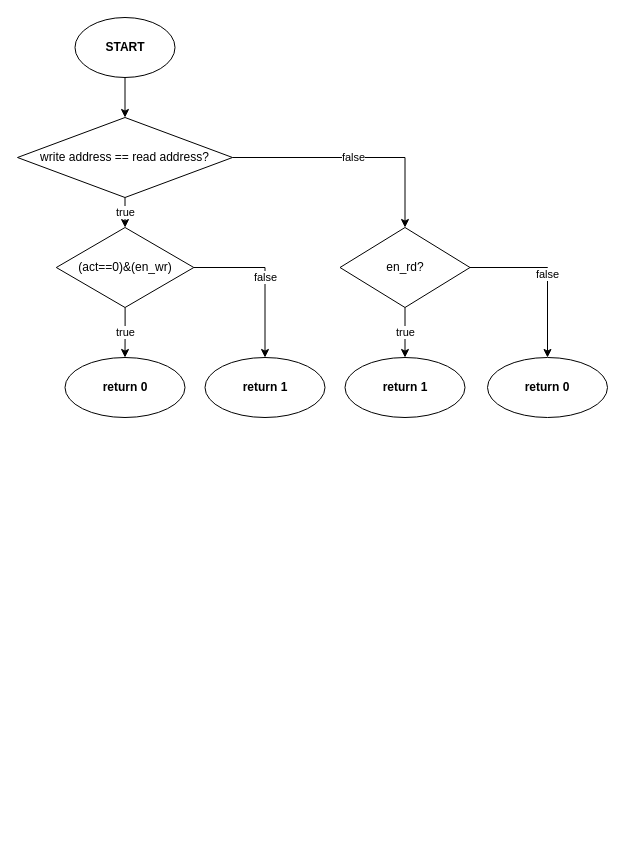
Before: page "Flowchart" (6 of 7) of intelight.drawio in zulfikarna/intelight, a draw.io diagram. Source tidied: cells renumbered, new cells numbered last; positions are measured from the earlier drawing's top-left corner, leaving out a move shared by most shapes. Both pictures are drawn from the tidied source at 100%, with x=0, y=0 at pixel (17, 17).
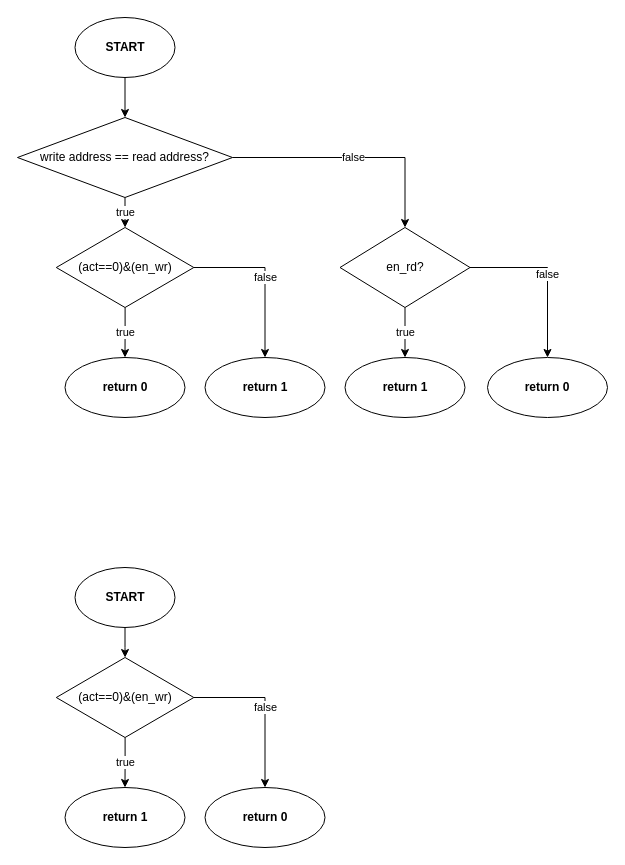
Above is the later version.

What changed in the source:
```diff
@@
+    <mxCell id="17" value="&lt;b&gt;START&lt;/b&gt;" style="ellipse;whiteSpace=wrap;html=1;" parent="1" vertex="1">
+      <mxGeometry x="57.5" y="550" width="100" height="60" as="geometry" />
+    </mxCell>
+    <mxCell id="18" style="edgeStyle=orthogonalEdgeStyle;rounded=0;jettySize=auto;html=1;exitX=0.5;exitY=1;exitDx=0;exitDy=0;" parent="1" edge="1" source="17" target="21">
+      <mxGeometry relative="1" as="geometry" />
+    </mxCell>
+    <mxCell id="19" value="true" style="edgeStyle=orthogonalEdgeStyle;rounded=0;jettySize=auto;html=1;" parent="1" edge="1" source="21" target="22">
+      <mxGeometry relative="1" as="geometry" />
+    </mxCell>
+    <mxCell id="20" value="false" style="edgeStyle=orthogonalEdgeStyle;rounded=0;jettySize=auto;html=1;" parent="1" edge="1" source="21" target="23">
+      <mxGeometry relative="1" as="geometry" />
+    </mxCell>
+    <mxCell id="21" value="(act==0)&amp;amp;(en_wr)" style="rhombus;whiteSpace=wrap;html=1;" parent="1" vertex="1">
+      <mxGeometry x="38.8" y="640" width="137.5" height="80" as="geometry" />
+    </mxCell>
+    <mxCell id="22" value="&lt;b&gt;return 1&lt;/b&gt;" style="ellipse;whiteSpace=wrap;html=1;" parent="1" vertex="1">
+      <mxGeometry x="47.5" y="770" width="120" height="60" as="geometry" />
+    </mxCell>
+    <mxCell id="23" value="&lt;b&gt;return 0&lt;/b&gt;" style="ellipse;whiteSpace=wrap;html=1;" parent="1" vertex="1">
+      <mxGeometry x="187.5" y="770" width="120" height="60" as="geometry" />
+    </mxCell>
```
